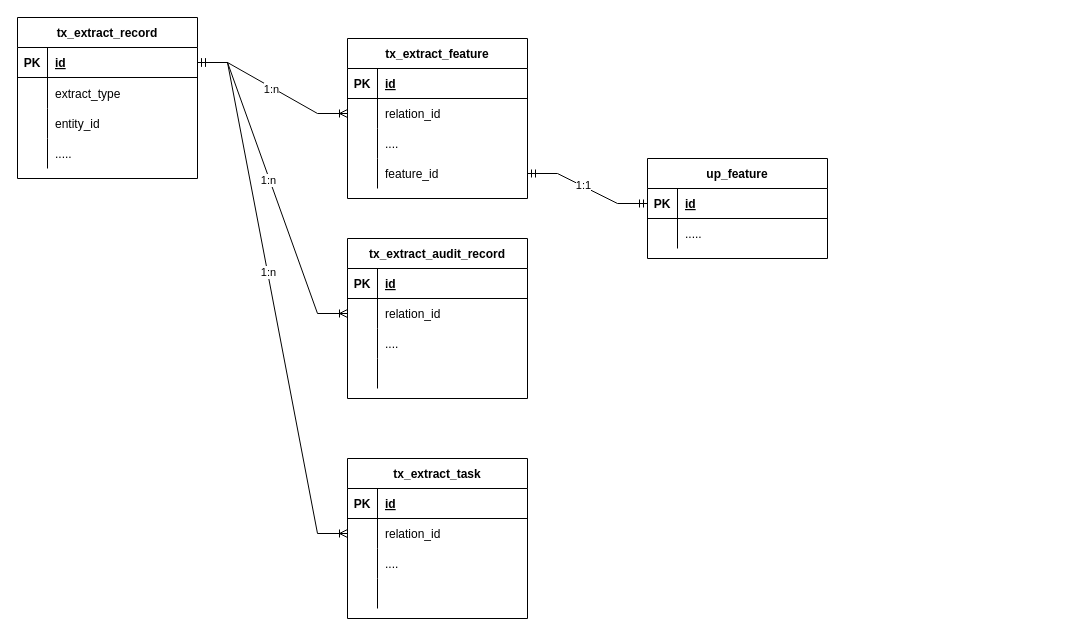
Above: extract_er.drawio in learn2Pro/draw_io_save (draw.io), before the change. Source tidied: cells renumbered, new cells numbered last; positions are measured from the earlier drawing's top-left corner, leaving out a move shared by most shapes. Both pictures are drawn from the tidied source at 100%, with x=0, y=0 at pixel (17, 17).
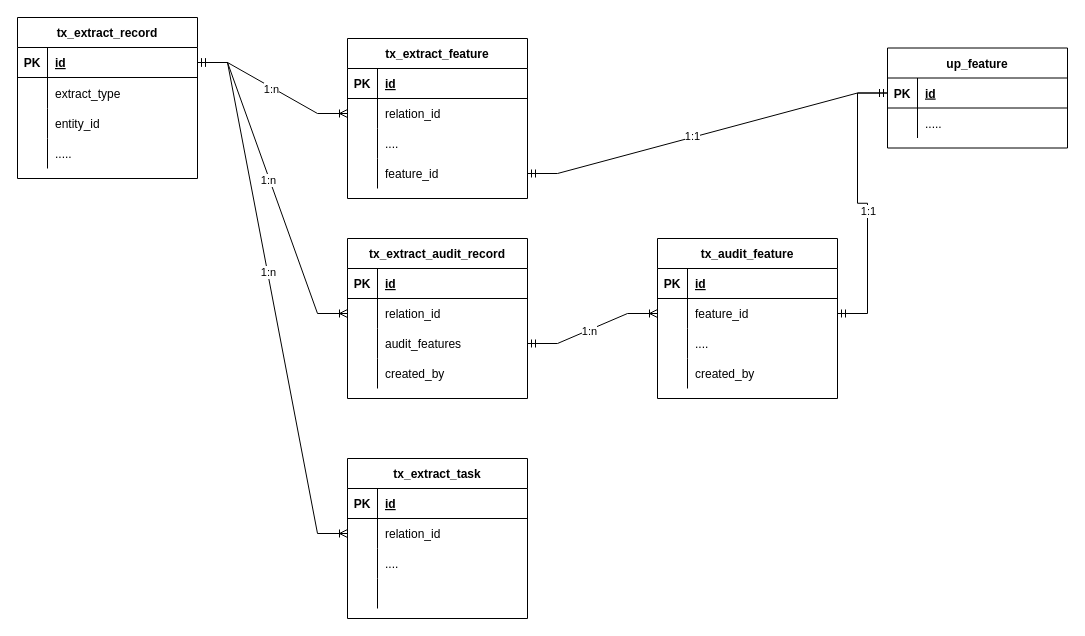
Above is the later version.

Unchanged cells that the change refers to:
```xml
<mxCell id="37" style="shape=tableRow;horizontal=0;startSize=0;swimlaneHead=0;swimlaneBody=0;fillColor=none;points=[[0,0.5],[1,0.5]];portConstraint=eastwest;top=0;left=0;right=0;bottom=0;" parent="30" vertex="1">
  <mxGeometry y="90" width="180" height="30" as="geometry" />
</mxCell>
<mxCell id="40" style="shape=tableRow;horizontal=0;startSize=0;swimlaneHead=0;swimlaneBody=0;fillColor=none;top=0;left=0;right=0;bottom=0;" parent="30" vertex="1">
  <mxGeometry y="120" width="180" height="30" as="geometry" />
</mxCell>
<mxCell id="44" style="shape=tableRow;horizontal=0;startSize=0;swimlaneHead=0;swimlaneBody=0;fillColor=none;points=[[0,0.5],[1,0.5]];portConstraint=eastwest;top=0;left=0;right=0;bottom=1;" parent="43" vertex="1">
  <mxGeometry y="30" width="180" height="30" as="geometry" />
</mxCell>
```

What changed in the source:
```diff
@@
-    <mxCell id="39" value="...." style="shape=partialRectangle;fillColor=none;top=0;left=0;bottom=0;right=0;align=left;spacingLeft=6;overflow=hidden;" parent="37" vertex="1">
+    <mxCell id="39" value="audit_features" style="shape=partialRectangle;fillColor=none;top=0;left=0;bottom=0;right=0;align=left;spacingLeft=6;overflow=hidden;" parent="37" vertex="1">
       <mxGeometry x="30" width="150" height="30" as="geometry" />
     </mxCell>
@@
-    <mxCell id="42" style="shape=partialRectangle;fillColor=none;top=0;left=0;bottom=0;right=0;align=left;spacingLeft=6;overflow=hidden;" parent="40" vertex="1">
+    <mxCell id="42" value="created_by" style="shape=partialRectangle;fillColor=none;top=0;left=0;bottom=0;right=0;align=left;spacingLeft=6;overflow=hidden;" parent="40" vertex="1">
       <mxGeometry x="30" width="150" height="30" as="geometry" />
     </mxCell>
     <mxCell id="43" value="up_feature" style="shape=table;startSize=30;childLayout=tableLayout;rowLines=0;fontStyle=1;align=center;" parent="1" vertex="1">
-      <mxGeometry x="630" y="141" width="180" height="100" as="geometry" />
+      <mxGeometry x="870" y="30.5" width="180" height="100" as="geometry" />
     </mxCell>
@@
+    <mxCell id="69" value="tx_audit_feature" style="shape=table;startSize=30;childLayout=tableLayout;rowLines=0;fontStyle=1;align=center;" parent="1" vertex="1">
+      <mxGeometry x="640" y="221" width="180" height="160" as="geometry" />
+    </mxCell>
+    <mxCell id="70" style="shape=tableRow;horizontal=0;startSize=0;swimlaneHead=0;swimlaneBody=0;fillColor=none;top=0;left=0;right=0;bottom=1;" parent="69" vertex="1">
+      <mxGeometry y="30" width="180" height="30" as="geometry" />
+    </mxCell>
+    <mxCell id="71" value="PK" style="shape=partialRectangle;fillColor=none;top=0;left=0;bottom=0;right=0;fontStyle=1;overflow=hidden;" parent="70" vertex="1">
+      <mxGeometry width="30" height="30" as="geometry" />
+    </mxCell>
+    <mxCell id="72" value="id" style="shape=partialRectangle;fillColor=none;top=0;left=0;bottom=0;right=0;align=left;spacingLeft=6;fontStyle=5;overflow=hidden;" parent="70" vertex="1">
+      <mxGeometry x="30" width="150" height="30" as="geometry" />
+    </mxCell>
+    <mxCell id="73" style="shape=tableRow;horizontal=0;startSize=0;swimlaneHead=0;swimlaneBody=0;fillColor=none;points=[[0,0.5],[1,0.5]];portConstraint=eastwest;top=0;left=0;right=0;bottom=0;" parent="69" vertex="1">
+      <mxGeometry y="60" width="180" height="30" as="geometry" />
+    </mxCell>
+    <mxCell id="74" style="shape=partialRectangle;fillColor=none;top=0;left=0;bottom=0;right=0;overflow=hidden;" parent="73" vertex="1">
+      <mxGeometry width="30" height="30" as="geometry" />
+    </mxCell>
+    <mxCell id="75" value="feature_id" style="shape=partialRectangle;fillColor=none;top=0;left=0;bottom=0;right=0;align=left;spacingLeft=6;overflow=hidden;" parent="73" vertex="1">
+      <mxGeometry x="30" width="150" height="30" as="geometry" />
+    </mxCell>
+    <mxCell id="76" style="shape=tableRow;horizontal=0;startSize=0;swimlaneHead=0;swimlaneBody=0;fillColor=none;top=0;left=0;right=0;bottom=0;" parent="69" vertex="1">
+      <mxGeometry y="90" width="180" height="30" as="geometry" />
+    </mxCell>
+    <mxCell id="77" style="shape=partialRectangle;fillColor=none;top=0;left=0;bottom=0;right=0;overflow=hidden;" parent="76" vertex="1">
+      <mxGeometry width="30" height="30" as="geometry" />
+    </mxCell>
+    <mxCell id="78" value="...." style="shape=partialRectangle;fillColor=none;top=0;left=0;bottom=0;right=0;align=left;spacingLeft=6;overflow=hidden;" parent="76" vertex="1">
+      <mxGeometry x="30" width="150" height="30" as="geometry" />
+    </mxCell>
+    <mxCell id="79" style="shape=tableRow;horizontal=0;startSize=0;swimlaneHead=0;swimlaneBody=0;fillColor=none;top=0;left=0;right=0;bottom=0;" parent="69" vertex="1">
+      <mxGeometry y="120" width="180" height="30" as="geometry" />
+    </mxCell>
+    <mxCell id="80" style="shape=partialRectangle;fillColor=none;top=0;left=0;bottom=0;right=0;overflow=hidden;" parent="79" vertex="1">
+      <mxGeometry width="30" height="30" as="geometry" />
+    </mxCell>
+    <mxCell id="81" value="created_by" style="shape=partialRectangle;fillColor=none;top=0;left=0;bottom=0;right=0;align=left;spacingLeft=6;overflow=hidden;" parent="79" vertex="1">
+      <mxGeometry x="30" width="150" height="30" as="geometry" />
+    </mxCell>
+    <mxCell id="82" style="edgeStyle=entityRelationEdgeStyle;fontSize=12;html=1;endArrow=ERmandOne;startArrow=ERmandOne;rounded=0;entryX=0;entryY=0.5;entryDx=0;entryDy=0;exitX=1;exitY=0.5;exitDx=0;exitDy=0;" parent="1" edge="1" source="73" target="44">
+      <mxGeometry relative="1" as="geometry" />
+    </mxCell>
+    <mxCell id="83" value="1:1" style="edgeLabel;html=1;align=center;verticalAlign=middle;" parent="82" vertex="1">
+      <mxGeometry x="-0.09" relative="1" as="geometry">
+        <mxPoint y="-1" as="offset" />
+      </mxGeometry>
+    </mxCell>
+    <mxCell id="84" style="edgeStyle=entityRelationEdgeStyle;fontSize=12;html=1;endArrow=ERoneToMany;startArrow=ERmandOne;rounded=0;entryX=0;entryY=0.5;entryDx=0;entryDy=0;exitX=1;exitY=0.5;exitDx=0;exitDy=0;" parent="1" edge="1" source="37" target="73">
+      <mxGeometry relative="1" as="geometry" />
+    </mxCell>
+    <mxCell id="85" value="1:n" style="edgeLabel;html=1;align=center;verticalAlign=middle;" parent="84" vertex="1">
+      <mxGeometry x="-0.06" y="-1" relative="1" as="geometry" />
+    </mxCell>
```
